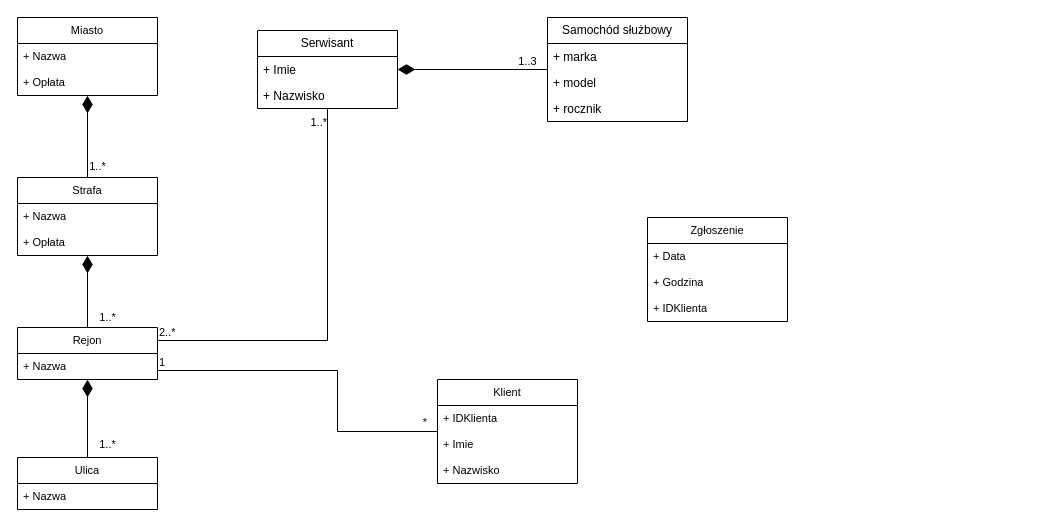
The draw.io diagram Diagram klas wejściówka.drawio in Dziecky/UML, before the edit. Source tidied: cells renumbered, new cells numbered last; positions are measured from the earlier drawing's top-left corner, leaving out a move shared by most shapes. Both pictures are drawn from the tidied source at 100%, with x=0, y=0 at pixel (17, 17).
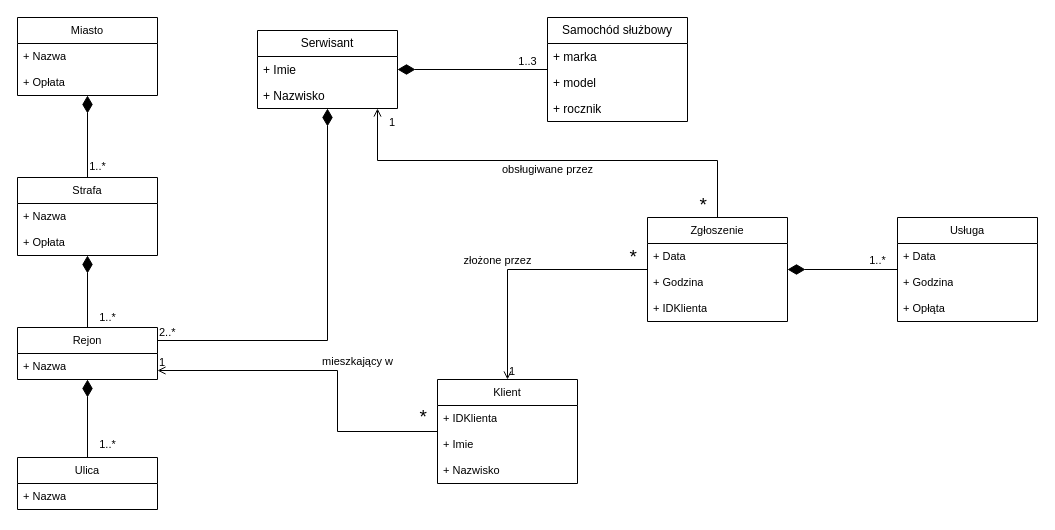
The same page after the edit.

The change refers to these unchanged cells:
```xml
<mxCell id="2" value="Serwisant" style="swimlane;fontStyle=0;horizontal=1;startSize=26;fillColor=none;whiteSpace=wrap;html=1;" parent="1" vertex="1">
  <mxGeometry x="240" y="13" width="140" height="78" as="geometry" />
</mxCell>
<mxCell id="18" value="Rejon" style="swimlane;fontStyle=0;horizontal=1;startSize=26;fillColor=none;whiteSpace=wrap;html=1;fontFamily=Helvetica;fontSize=11;fontColor=default;labelBackgroundColor=none;" parent="1" vertex="1">
  <mxGeometry y="310" width="140" height="52" as="geometry" />
</mxCell>
<mxCell id="26" value="Zgłoszenie" style="swimlane;fontStyle=0;horizontal=1;startSize=26;fillColor=none;whiteSpace=wrap;html=1;fontFamily=Helvetica;fontSize=11;fontColor=default;labelBackgroundColor=none;" parent="1" vertex="1">
  <mxGeometry x="630" y="200" width="140" height="104" as="geometry" />
</mxCell>
<mxCell id="30" value="Klient" style="swimlane;fontStyle=0;horizontal=1;startSize=26;fillColor=none;whiteSpace=wrap;html=1;fontFamily=Helvetica;fontSize=11;fontColor=default;labelBackgroundColor=none;" parent="1" vertex="1">
  <mxGeometry x="420" y="362" width="140" height="104" as="geometry" />
</mxCell>
```

Change to the diagram source:
```diff
@@
-    <mxCell id="23" style="endArrow=none;html=1;edgeStyle=orthogonalEdgeStyle;rounded=0;strokeColor=default;align=center;verticalAlign=middle;fontFamily=Helvetica;fontSize=11;fontColor=default;labelBackgroundColor=none;endSize=15;" parent="1" edge="1" source="18" target="2">
+    <mxCell id="23" style="endArrow=diamondThin;html=1;edgeStyle=orthogonalEdgeStyle;rounded=0;strokeColor=default;align=center;verticalAlign=middle;fontFamily=Helvetica;fontSize=11;fontColor=default;labelBackgroundColor=none;endSize=15;startArrow=none;startFill=0;endFill=1;" parent="1" edge="1" source="18" target="2">
       <mxGeometry relative="1" as="geometry">
         <Array as="points">
           <mxPoint x="310" y="323" />
         </Array>
       </mxGeometry>
     </mxCell>
@@
-    <mxCell id="25" value="1..*" style="edgeLabel;html=1;align=right;verticalAlign=bottom;fontFamily=Helvetica;fontSize=11;fontColor=default;labelBackgroundColor=none;" parent="23" vertex="1">
-      <mxGeometry x="1" relative="1" as="geometry">
-        <mxPoint y="22" as="offset" />
-      </mxGeometry>
-    </mxCell>
@@
-    <mxCell id="34" style="endArrow=none;html=1;edgeStyle=orthogonalEdgeStyle;rounded=0;strokeColor=default;align=center;verticalAlign=middle;fontFamily=Helvetica;fontSize=11;fontColor=default;labelBackgroundColor=none;endSize=15;" parent="1" edge="1" source="18" target="30">
-      <mxGeometry relative="1" as="geometry">
+    <mxCell id="34" value="mieszkający w" style="endArrow=none;html=1;edgeStyle=orthogonalEdgeStyle;rounded=0;strokeColor=default;align=center;verticalAlign=middle;fontFamily=Helvetica;fontSize=11;fontColor=default;labelBackgroundColor=none;endSize=15;endFill=0;startArrow=open;startFill=0;" parent="1" edge="1" source="18" target="30">
+      <mxGeometry x="0.06" y="22" relative="1" as="geometry">
         <Array as="points">
           <mxPoint x="320" y="353" />
           <mxPoint x="320" y="414" />
         </Array>
+        <mxPoint x="-2" y="-10" as="offset" />
       </mxGeometry>
     </mxCell>
@@
-    <mxCell id="36" value="*" style="edgeLabel;html=1;align=right;verticalAlign=bottom;fontFamily=Helvetica;fontSize=11;fontColor=default;labelBackgroundColor=none;" parent="34" vertex="1">
+    <mxCell id="36" value="&lt;font style=&quot;font-size: 19px;&quot;&gt;*&lt;/font&gt;" style="edgeLabel;html=1;align=right;verticalAlign=bottom;fontFamily=Helvetica;fontSize=17;fontColor=default;labelBackgroundColor=none;" parent="34" vertex="1">
       <mxGeometry x="1" relative="1" as="geometry">
         <mxPoint x="-10" y="-1" as="offset" />
       </mxGeometry>
     </mxCell>
+    <mxCell id="37" value="złożone przez" style="endArrow=none;html=1;edgeStyle=orthogonalEdgeStyle;rounded=0;strokeColor=default;align=center;verticalAlign=middle;fontFamily=Helvetica;fontSize=11;fontColor=default;labelBackgroundColor=none;endSize=15;startArrow=open;startFill=0;" parent="1" edge="1" source="30" target="26">
+      <mxGeometry x="-0.12" y="13" relative="1" as="geometry">
+        <Array as="points">
+          <mxPoint x="490" y="252" />
+        </Array>
+        <mxPoint x="-10" y="4" as="offset" />
+      </mxGeometry>
+    </mxCell>
+    <mxCell id="38" value="1" style="edgeLabel;html=1;align=left;verticalAlign=bottom;fontFamily=Helvetica;fontSize=11;fontColor=default;labelBackgroundColor=none;" parent="37" vertex="1">
+      <mxGeometry x="-1" relative="1" as="geometry" />
+    </mxCell>
+    <mxCell id="39" value="*" style="edgeLabel;html=1;align=right;verticalAlign=bottom;fontFamily=Helvetica;fontSize=19;fontColor=default;labelBackgroundColor=none;" parent="37" vertex="1">
+      <mxGeometry x="1" relative="1" as="geometry">
+        <mxPoint x="-10" y="1" as="offset" />
+      </mxGeometry>
+    </mxCell>
+    <mxCell id="40" value="obsługiwane przez" style="endArrow=none;html=1;edgeStyle=orthogonalEdgeStyle;rounded=0;strokeColor=default;align=center;verticalAlign=middle;fontFamily=Helvetica;fontSize=11;fontColor=default;labelBackgroundColor=none;endSize=15;startArrow=open;startFill=0;" parent="1" edge="1" source="2" target="26">
+      <mxGeometry x="-0.01" y="-9" relative="1" as="geometry">
+        <Array as="points">
+          <mxPoint x="360" y="143" />
+          <mxPoint x="700" y="143" />
+        </Array>
+      </mxGeometry>
+    </mxCell>
+    <mxCell id="41" value="1" style="edgeLabel;html=1;align=left;verticalAlign=bottom;fontFamily=Helvetica;fontSize=11;fontColor=default;labelBackgroundColor=none;" parent="40" vertex="1">
+      <mxGeometry x="-1" relative="1" as="geometry">
+        <mxPoint x="10" y="22" as="offset" />
+      </mxGeometry>
+    </mxCell>
+    <mxCell id="42" value="*" style="edgeLabel;html=1;align=right;verticalAlign=bottom;fontFamily=Helvetica;fontSize=19;fontColor=default;labelBackgroundColor=none;" parent="40" vertex="1">
+      <mxGeometry x="1" relative="1" as="geometry">
+        <mxPoint x="-10" y="1" as="offset" />
+      </mxGeometry>
+    </mxCell>
+    <mxCell id="25" value="1..*" style="edgeStyle=orthogonalEdgeStyle;rounded=0;jettySize=auto;html=1;strokeColor=default;align=center;verticalAlign=middle;fontFamily=Helvetica;fontSize=11;fontColor=default;labelBackgroundColor=none;endArrow=diamondThin;endFill=1;endSize=15;" parent="1" edge="1" source="43" target="26">
+      <mxGeometry x="-0.64" y="-9" relative="1" as="geometry" />
+    </mxCell>
+    <mxCell id="43" value="Usługa" style="swimlane;fontStyle=0;horizontal=1;startSize=26;fillColor=none;whiteSpace=wrap;html=1;fontFamily=Helvetica;fontSize=11;fontColor=default;labelBackgroundColor=none;" parent="1" vertex="1">
+      <mxGeometry x="880" y="200" width="140" height="104" as="geometry" />
+    </mxCell>
+    <mxCell id="44" value="+ Data" style="text;strokeColor=none;fillColor=none;align=left;verticalAlign=top;spacingLeft=4;spacingRight=4;overflow=hidden;whiteSpace=wrap;html=1;fontFamily=Helvetica;fontSize=11;fontColor=default;labelBackgroundColor=none;" parent="43" vertex="1">
+      <mxGeometry y="26" width="140" height="26" as="geometry" />
+    </mxCell>
+    <mxCell id="45" value="+ Godzina" style="text;strokeColor=none;fillColor=none;align=left;verticalAlign=top;spacingLeft=4;spacingRight=4;overflow=hidden;whiteSpace=wrap;html=1;fontFamily=Helvetica;fontSize=11;fontColor=default;labelBackgroundColor=none;" parent="43" vertex="1">
+      <mxGeometry y="52" width="140" height="26" as="geometry" />
+    </mxCell>
+    <mxCell id="46" value="+ Opłąta" style="text;strokeColor=none;fillColor=none;align=left;verticalAlign=top;spacingLeft=4;spacingRight=4;overflow=hidden;whiteSpace=wrap;html=1;fontFamily=Helvetica;fontSize=11;fontColor=default;labelBackgroundColor=none;" parent="43" vertex="1">
+      <mxGeometry y="78" width="140" height="26" as="geometry" />
+    </mxCell>
```
